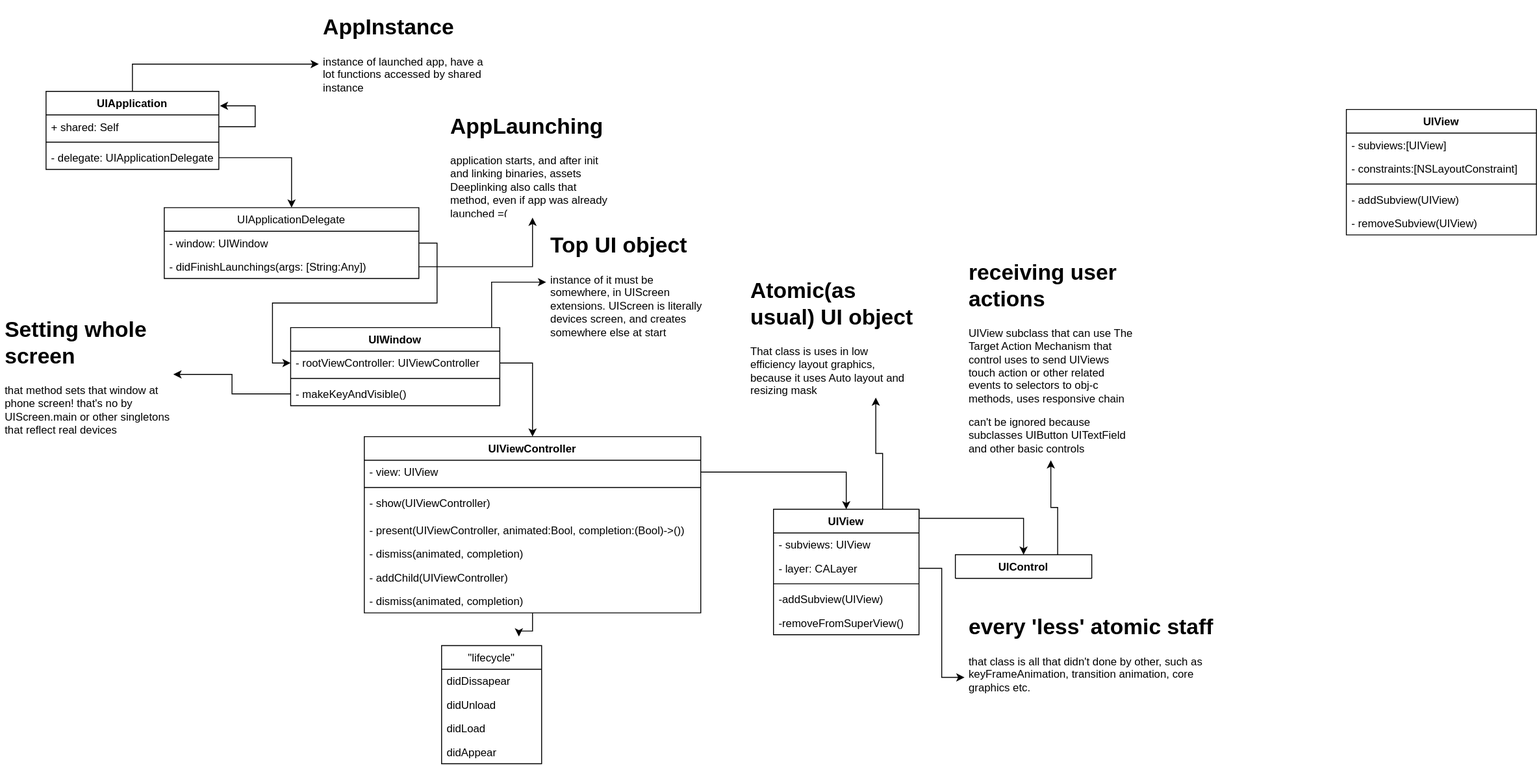
Earlier version of the draw.io export UIKit_iOS.svg (rostikjooo/MacOSBootstrap). Source tidied: cells renumbered, new cells last; positions are measured from the earlier drawing's top-left corner, leaving out a move shared by most shapes.
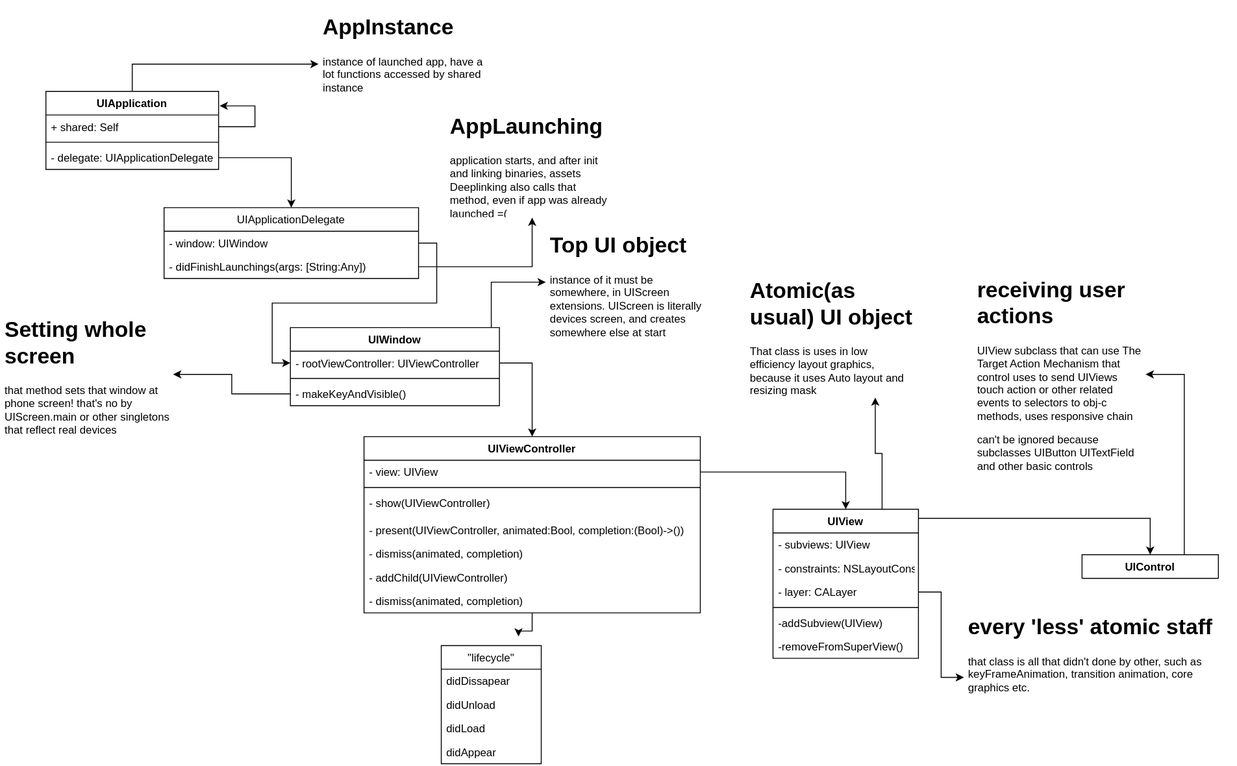
The same diagram one commit later.

Diff of the diagram source:
```diff
@@ -59,24 +59,6 @@
     <mxCell id="17" style="edgeStyle=orthogonalEdgeStyle;rounded=0;jettySize=auto;html=1;exitX=1;exitY=0.5;exitDx=0;exitDy=0;entryX=0;entryY=0.5;entryDx=0;entryDy=0;" parent="1" edge="1" source="9" target="14">
       <mxGeometry relative="1" as="geometry" />
     </mxCell>
-    <mxCell id="18" value="UIView" style="swimlane;fontStyle=1;align=center;verticalAlign=top;horizontal=1;startSize=26;" parent="1" vertex="1">
-      <mxGeometry x="1480" y="110" width="209" height="138" as="geometry" />
-    </mxCell>
-    <mxCell id="19" value="- subviews:[UIView]" style="text;strokeColor=none;fillColor=none;align=left;verticalAlign=top;spacingLeft=4;spacingRight=4;overflow=hidden;" parent="18" vertex="1">
-      <mxGeometry y="26" width="209" height="26" as="geometry" />
-    </mxCell>
-    <mxCell id="20" value="- constraints:[NSLayoutConstraint]" style="text;strokeColor=none;fillColor=none;align=left;verticalAlign=top;spacingLeft=4;spacingRight=4;overflow=hidden;" parent="18" vertex="1">
-      <mxGeometry y="52" width="209" height="26" as="geometry" />
-    </mxCell>
-    <mxCell id="21" style="line;strokeWidth=1;fillColor=none;align=left;verticalAlign=middle;spacingTop=-1;spacingLeft=3;spacingRight=3;labelPosition=right;" parent="18" vertex="1">
-      <mxGeometry y="78" width="209" height="8" as="geometry" />
-    </mxCell>
-    <mxCell id="22" value="- addSubview(UIView)" style="text;strokeColor=none;fillColor=none;align=left;verticalAlign=top;spacingLeft=4;spacingRight=4;overflow=hidden;" parent="18" vertex="1">
-      <mxGeometry y="86" width="209" height="26" as="geometry" />
-    </mxCell>
-    <mxCell id="23" value="- removeSubview(UIView)" style="text;strokeColor=none;fillColor=none;align=left;verticalAlign=top;spacingLeft=4;spacingRight=4;overflow=hidden;" parent="18" vertex="1">
-      <mxGeometry y="112" width="209" height="26" as="geometry" />
-    </mxCell>
     <mxCell id="24" style="edgeStyle=orthogonalEdgeStyle;rounded=0;jettySize=auto;html=1;" parent="1" edge="1" source="25">
       <mxGeometry relative="1" as="geometry">
         <mxPoint x="570" y="690" as="targetPoint" />
@@ -154,27 +136,30 @@
       <mxGeometry relative="1" as="geometry">
         <Array as="points">
           <mxPoint x="1010" y="560" />
-          <mxPoint x="1125" y="560" />
+          <mxPoint x="1265" y="560" />
         </Array>
       </mxGeometry>
     </mxCell>
     <mxCell id="48" value="UIView" style="swimlane;fontStyle=1;align=center;verticalAlign=top;horizontal=1;startSize=26;" parent="1" vertex="1">
-      <mxGeometry x="850" y="550" width="160" height="138" as="geometry" />
+      <mxGeometry x="850" y="550" width="160" height="164" as="geometry" />
     </mxCell>
     <mxCell id="49" value="- subviews: UIView" style="text;strokeColor=none;fillColor=none;align=left;verticalAlign=top;spacingLeft=4;spacingRight=4;overflow=hidden;" parent="48" vertex="1">
       <mxGeometry y="26" width="160" height="26" as="geometry" />
     </mxCell>
+    <mxCell id="60" value="- constraints: NSLayoutConstrainse" style="text;strokeColor=none;fillColor=none;align=left;verticalAlign=top;spacingLeft=4;spacingRight=4;overflow=hidden;" parent="48" vertex="1">
+      <mxGeometry y="52" width="160" height="26" as="geometry" />
+    </mxCell>
     <mxCell id="50" value="- layer: CALayer" style="text;strokeColor=none;fillColor=none;align=left;verticalAlign=top;spacingLeft=4;spacingRight=4;overflow=hidden;points=[[0,0.5],[1,0.5]];portConstraint=eastwest;" parent="48" vertex="1">
-      <mxGeometry y="52" width="160" height="26" as="geometry" />
+      <mxGeometry y="78" width="160" height="26" as="geometry" />
     </mxCell>
     <mxCell id="51" style="line;strokeWidth=1;fillColor=none;align=left;verticalAlign=middle;spacingTop=-1;spacingLeft=3;spacingRight=3;labelPosition=right;" parent="48" vertex="1">
-      <mxGeometry y="78" width="160" height="8" as="geometry" />
+      <mxGeometry y="104" width="160" height="8" as="geometry" />
     </mxCell>
     <mxCell id="52" value="-addSubview(UIView)" style="text;strokeColor=none;fillColor=none;align=left;verticalAlign=top;spacingLeft=4;spacingRight=4;overflow=hidden;" parent="48" vertex="1">
-      <mxGeometry y="86" width="160" height="26" as="geometry" />
+      <mxGeometry y="112" width="160" height="26" as="geometry" />
     </mxCell>
     <mxCell id="53" value="-removeFromSuperView()" style="text;strokeColor=none;fillColor=none;align=left;verticalAlign=top;spacingLeft=4;spacingRight=4;overflow=hidden;" parent="48" vertex="1">
-      <mxGeometry y="112" width="160" height="26" as="geometry" />
+      <mxGeometry y="138" width="160" height="26" as="geometry" />
     </mxCell>
     <mxCell id="54" style="edgeStyle=orthogonalEdgeStyle;rounded=0;jettySize=auto;html=1;exitX=1;exitY=0.5;exitDx=0;exitDy=0;entryX=0.5;entryY=0;entryDx=0;entryDy=0;" parent="1" edge="1" source="26" target="48">
       <mxGeometry relative="1" as="geometry">
@@ -183,14 +168,14 @@
         </Array>
       </mxGeometry>
     </mxCell>
-    <mxCell id="55" style="edgeStyle=orthogonalEdgeStyle;rounded=0;jettySize=auto;html=1;exitX=0.75;exitY=0;exitDx=0;exitDy=0;" parent="1" edge="1" source="56" target="57">
+    <mxCell id="55" style="edgeStyle=orthogonalEdgeStyle;rounded=0;jettySize=auto;html=1;exitX=0.75;exitY=0;exitDx=0;exitDy=0;entryX=1;entryY=0.5;entryDx=0;entryDy=0;" parent="1" edge="1" source="56" target="57">
       <mxGeometry relative="1" as="geometry" />
     </mxCell>
     <mxCell id="56" value="UIControl" style="swimlane;fontStyle=1;align=center;verticalAlign=top;horizontal=1;startSize=26;" parent="1" vertex="1" collapsed="1">
-      <mxGeometry x="1050" y="600" width="150" height="26" as="geometry" />
+      <mxGeometry x="1190" y="600" width="150" height="26" as="geometry" />
     </mxCell>
     <mxCell id="57" value="&lt;h1&gt;receiving user actions&lt;/h1&gt;&lt;p&gt;UIView subclass that can use The Target Action Mechanism that control uses to send UIViews touch action or other related events to selectors to obj-c methods, uses responsive chain&lt;/p&gt;&lt;p&gt;can't be ignored because subclasses UIButton UITextField and other basic controls&lt;/p&gt;&lt;h3 id=&quot;1658488&quot; style=&quot;margin: 1.6em 0px 0px ; padding: 0px ; color: rgb(17 , 17 , 17) ; font-size: 28px ; line-height: 1.14286 ; letter-spacing: 0.007em ; font-family: &amp;#34;sf pro display&amp;#34; , &amp;#34;sf pro icons&amp;#34; , &amp;#34;helvetica neue&amp;#34; , &amp;#34;helvetica&amp;#34; , &amp;#34;arial&amp;#34; , sans-serif&quot;&gt;&lt;br&gt;&lt;/h3&gt;" style="text;html=1;strokeColor=none;fillColor=none;spacing=5;spacingTop=-20;whiteSpace=wrap;overflow=hidden;rounded=0;" parent="1" vertex="1">
-      <mxGeometry x="1060" y="270" width="190" height="226" as="geometry" />
+      <mxGeometry x="1070" y="288.5" width="190" height="226" as="geometry" />
     </mxCell>
     <mxCell id="58" value="&lt;h1&gt;every 'less' atomic staff&lt;/h1&gt;&lt;p&gt;that class is all that didn't done by other, such as keyFrameAnimation, transition animation, core graphics etc.&lt;/p&gt;" style="text;html=1;strokeColor=none;fillColor=none;spacing=5;spacingTop=-20;whiteSpace=wrap;overflow=hidden;rounded=0;" parent="1" vertex="1">
       <mxGeometry x="1060" y="660" width="300" height="150" as="geometry" />
```
